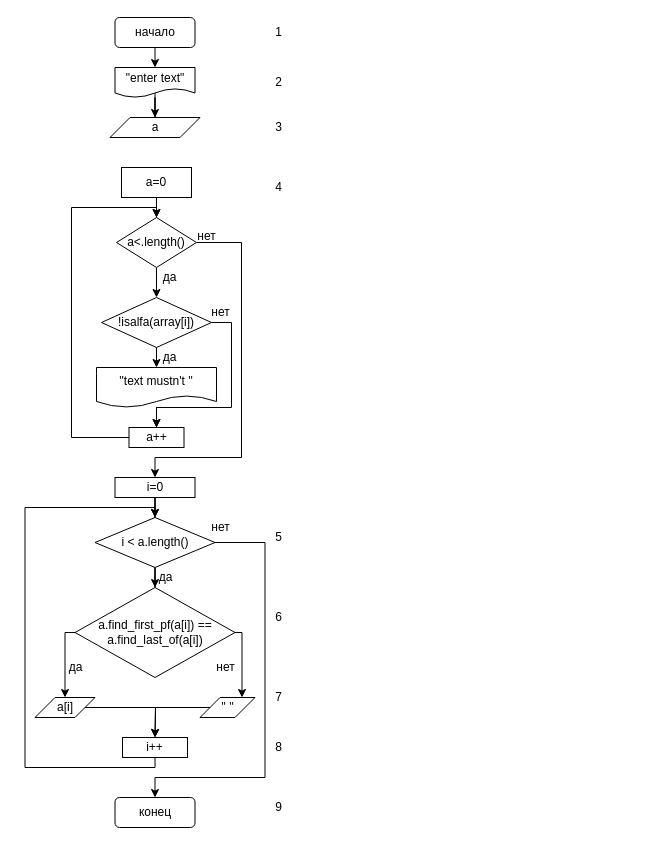
Above: 9/9.2(10).drawio in klep1koff/lifeishard (draw.io), before the change. Source tidied: cells renumbered, new cells numbered last; positions are measured from the earlier drawing's top-left corner, leaving out a move shared by most shapes. Both pictures are drawn from the tidied source at 100%, with x=0, y=0 at pixel (24, 17).
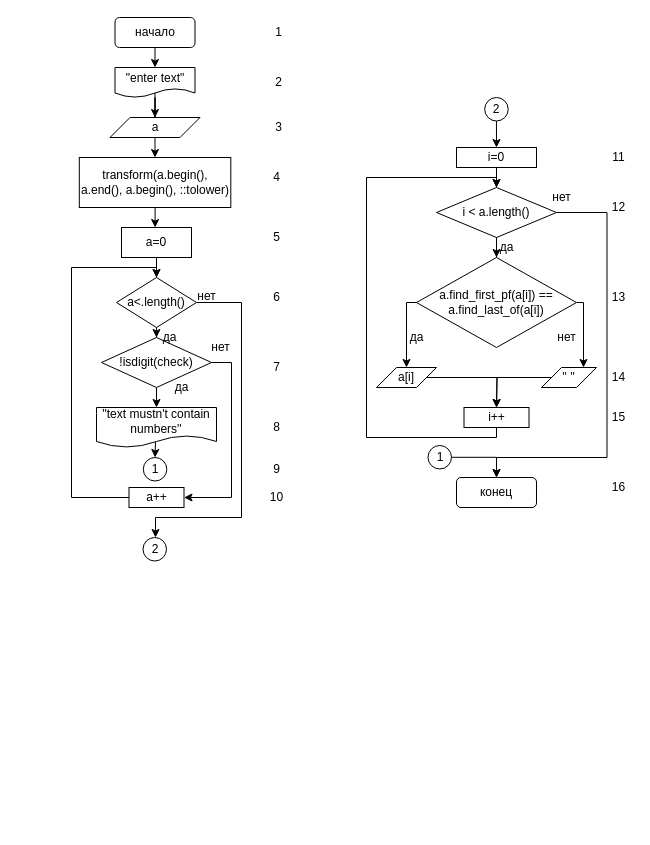
The same page after the edit.

The change refers to these unchanged cells:
```xml
<mxCell id="6" value="a" style="shape=parallelogram;perimeter=parallelogramPerimeter;whiteSpace=wrap;html=1;fixedSize=1;" parent="1" vertex="1">
  <mxGeometry x="85.5" y="100" width="90" height="20" as="geometry" />
</mxCell>
```

Change to the diagram source:
```diff
@@
+    <mxCell id="51" style="edgeStyle=orthogonalEdgeStyle;rounded=0;jettySize=auto;html=1;" parent="1" edge="1" source="6" target="54">
+      <mxGeometry relative="1" as="geometry" />
+    </mxCell>
@@
     <mxCell id="8" value="i=0" style="whiteSpace=wrap;html=1;" parent="1" vertex="1">
-      <mxGeometry x="90.5" y="460" width="80" height="20" as="geometry" />
+      <mxGeometry x="432" y="130" width="80" height="20" as="geometry" />
     </mxCell>
@@
-    <mxCell id="10" style="edgeStyle=orthogonalEdgeStyle;rounded=0;jettySize=auto;html=1;" parent="1" edge="1" source="11">
+    <mxCell id="10" style="edgeStyle=orthogonalEdgeStyle;rounded=0;jettySize=auto;html=1;entryX=0.5;entryY=0;entryDx=0;entryDy=0;" parent="1" edge="1" source="11" target="24">
       <mxGeometry relative="1" as="geometry">
-        <mxPoint x="130.5" y="780" as="targetPoint" />
         <Array as="points">
-          <mxPoint x="240.5" y="525" />
-          <mxPoint x="240.5" y="760" />
-          <mxPoint x="130.5" y="760" />
+          <mxPoint x="582.5" y="195" />
+          <mxPoint x="582.5" y="440" />
+          <mxPoint x="472.5" y="440" />
         </Array>
       </mxGeometry>
     </mxCell>
     <mxCell id="11" value="i &amp;lt; a.length()" style="rhombus;whiteSpace=wrap;html=1;" parent="1" vertex="1">
-      <mxGeometry x="70.5" y="500" width="120" height="50" as="geometry" />
+      <mxGeometry x="412" y="170" width="120" height="50" as="geometry" />
     </mxCell>
     <mxCell id="12" style="edgeStyle=orthogonalEdgeStyle;rounded=0;jettySize=auto;html=1;exitX=0;exitY=0.5;exitDx=0;exitDy=0;entryX=0.5;entryY=0;entryDx=0;entryDy=0;" parent="1" edge="1" source="14" target="16">
       <mxGeometry relative="1" as="geometry">
         <Array as="points">
-          <mxPoint x="40.5" y="615" />
+          <mxPoint x="382" y="285" />
         </Array>
       </mxGeometry>
     </mxCell>
     <mxCell id="13" style="edgeStyle=orthogonalEdgeStyle;rounded=0;jettySize=auto;html=1;" parent="1" edge="1" source="14" target="18">
       <mxGeometry relative="1" as="geometry">
         <Array as="points">
-          <mxPoint x="217.5" y="615" />
+          <mxPoint x="559" y="285" />
         </Array>
       </mxGeometry>
     </mxCell>
     <mxCell id="14" value="a.find_first_pf(a[i]) ==&lt;br&gt;a.find_last_of(a[i])" style="rhombus;whiteSpace=wrap;html=1;" parent="1" vertex="1">
-      <mxGeometry x="50.5" y="570" width="160" height="90" as="geometry" />
+      <mxGeometry x="392" y="240" width="160" height="90" as="geometry" />
     </mxCell>
     <mxCell id="15" style="edgeStyle=orthogonalEdgeStyle;rounded=0;jettySize=auto;html=1;exitX=1;exitY=0.5;exitDx=0;exitDy=0;" parent="1" edge="1" source="16">
       <mxGeometry relative="1" as="geometry">
-        <mxPoint x="130.5" y="720" as="targetPoint" />
+        <mxPoint x="472" y="390" as="targetPoint" />
       </mxGeometry>
     </mxCell>
     <mxCell id="16" value="a[i]" style="shape=parallelogram;perimeter=parallelogramPerimeter;whiteSpace=wrap;html=1;fixedSize=1;" parent="1" vertex="1">
-      <mxGeometry x="10.5" y="680" width="60" height="20" as="geometry" />
+      <mxGeometry x="352" y="350" width="60" height="20" as="geometry" />
     </mxCell>
     <mxCell id="17" style="edgeStyle=orthogonalEdgeStyle;rounded=0;jettySize=auto;html=1;exitX=0;exitY=0.5;exitDx=0;exitDy=0;" parent="1" edge="1" source="18">
       <mxGeometry relative="1" as="geometry">
-        <mxPoint x="130.5" y="720" as="targetPoint" />
+        <mxPoint x="472" y="390" as="targetPoint" />
       </mxGeometry>
     </mxCell>
     <mxCell id="18" value="'' ''" style="shape=parallelogram;perimeter=parallelogramPerimeter;whiteSpace=wrap;html=1;fixedSize=1;" parent="1" vertex="1">
-      <mxGeometry x="175.5" y="680" width="55" height="20" as="geometry" />
+      <mxGeometry x="517" y="350" width="55" height="20" as="geometry" />
     </mxCell>
     <mxCell id="19" style="edgeStyle=orthogonalEdgeStyle;rounded=0;jettySize=auto;html=1;" parent="1" edge="1" source="20">
       <mxGeometry relative="1" as="geometry">
-        <mxPoint x="130.5" y="500" as="targetPoint" />
+        <mxPoint x="472" y="170" as="targetPoint" />
         <Array as="points">
-          <mxPoint x="130.5" y="750" />
-          <mxPoint x="0.5" y="750" />
-          <mxPoint x="0.5" y="490" />
-          <mxPoint x="130.5" y="490" />
+          <mxPoint x="472" y="420" />
+          <mxPoint x="342" y="420" />
+          <mxPoint x="342" y="160" />
+          <mxPoint x="472" y="160" />
         </Array>
       </mxGeometry>
     </mxCell>
     <mxCell id="20" value="i++" style="rounded=0;whiteSpace=wrap;html=1;" parent="1" vertex="1">
-      <mxGeometry x="98" y="720" width="65" height="20" as="geometry" />
+      <mxGeometry x="439.5" y="390" width="65" height="20" as="geometry" />
     </mxCell>
     <mxCell id="21" value="да" style="text;html=1;align=center;verticalAlign=middle;strokeColor=none;fillColor=none;" parent="1" vertex="1">
-      <mxGeometry x="125.5" y="550" width="30" height="20" as="geometry" />
+      <mxGeometry x="467" y="220" width="30" height="20" as="geometry" />
     </mxCell>
     <mxCell id="22" value="да" style="text;html=1;align=center;verticalAlign=middle;strokeColor=none;fillColor=none;" parent="1" vertex="1">
-      <mxGeometry x="35.5" y="640" width="30" height="20" as="geometry" />
+      <mxGeometry x="377" y="310" width="30" height="20" as="geometry" />
     </mxCell>
     <mxCell id="23" value="нет" style="text;html=1;align=center;verticalAlign=middle;strokeColor=none;fillColor=none;" parent="1" vertex="1">
-      <mxGeometry x="185.5" y="640" width="30" height="20" as="geometry" />
+      <mxGeometry x="527" y="310" width="30" height="20" as="geometry" />
     </mxCell>
     <mxCell id="24" value="конец" style="rounded=1;whiteSpace=wrap;html=1;" parent="1" vertex="1">
-      <mxGeometry x="90.5" y="780" width="80" height="30" as="geometry" />
+      <mxGeometry x="432" y="460" width="80" height="30" as="geometry" />
     </mxCell>
@@
-    <mxCell id="28" value="4" style="text;html=1;align=center;verticalAlign=middle;strokeColor=none;fillColor=none;" parent="1" vertex="1">
-      <mxGeometry x="243.5" y="160" width="20" height="20" as="geometry" />
-    </mxCell>
-    <mxCell id="29" value="5" style="text;html=1;align=center;verticalAlign=middle;strokeColor=none;fillColor=none;" parent="1" vertex="1">
-      <mxGeometry x="243.5" y="510" width="20" height="20" as="geometry" />
-    </mxCell>
-    <mxCell id="30" value="6" style="text;html=1;align=center;verticalAlign=middle;strokeColor=none;fillColor=none;" parent="1" vertex="1">
-      <mxGeometry x="243.5" y="590" width="20" height="20" as="geometry" />
-    </mxCell>
-    <mxCell id="31" value="7" style="text;html=1;align=center;verticalAlign=middle;strokeColor=none;fillColor=none;" parent="1" vertex="1">
-      <mxGeometry x="243.5" y="670" width="20" height="20" as="geometry" />
-    </mxCell>
-    <mxCell id="32" value="8" style="text;html=1;align=center;verticalAlign=middle;strokeColor=none;fillColor=none;" parent="1" vertex="1">
-      <mxGeometry x="243.5" y="720" width="20" height="20" as="geometry" />
-    </mxCell>
-    <mxCell id="33" value="9" style="text;html=1;align=center;verticalAlign=middle;strokeColor=none;fillColor=none;" parent="1" vertex="1">
-      <mxGeometry x="243.5" y="780" width="20" height="20" as="geometry" />
-    </mxCell>
     <mxCell id="34" value="нет" style="text;html=1;align=center;verticalAlign=middle;strokeColor=none;fillColor=none;" parent="1" vertex="1">
-      <mxGeometry x="180.5" y="500" width="30" height="20" as="geometry" />
+      <mxGeometry x="522" y="170" width="30" height="20" as="geometry" />
     </mxCell>
@@
     <mxCell id="36" value="a=0" style="rounded=0;whiteSpace=wrap;html=1;" parent="1" vertex="1">
-      <mxGeometry x="97" y="150" width="70" height="30" as="geometry" />
+      <mxGeometry x="97" y="210" width="70" height="30" as="geometry" />
     </mxCell>
@@
-    <mxCell id="38" style="edgeStyle=orthogonalEdgeStyle;rounded=0;jettySize=auto;html=1;entryX=0.5;entryY=0;entryDx=0;entryDy=0;" parent="1" edge="1" source="39" target="8">
+    <mxCell id="38" style="edgeStyle=orthogonalEdgeStyle;rounded=0;jettySize=auto;html=1;" parent="1" edge="1" source="39">
       <mxGeometry relative="1" as="geometry">
+        <mxPoint x="131" y="520" as="targetPoint" />
         <Array as="points">
-          <mxPoint x="217" y="225" />
-          <mxPoint x="217" y="440" />
-          <mxPoint x="131" y="440" />
-          <mxPoint x="131" y="460" />
+          <mxPoint x="217" y="285" />
+          <mxPoint x="217" y="500" />
+          <mxPoint x="131" y="500" />
+          <mxPoint x="131" y="520" />
         </Array>
       </mxGeometry>
     </mxCell>
     <mxCell id="39" value="a&amp;lt;.length()" style="rhombus;whiteSpace=wrap;html=1;rounded=0;" parent="1" vertex="1">
-      <mxGeometry x="92" y="200" width="80" height="50" as="geometry" />
+      <mxGeometry x="92" y="260" width="80" height="50" as="geometry" />
     </mxCell>
     <mxCell id="40" style="edgeStyle=orthogonalEdgeStyle;rounded=0;jettySize=auto;html=1;" parent="1" edge="1" source="42">
       <mxGeometry relative="1" as="geometry">
-        <mxPoint x="132" y="350" as="targetPoint" />
+        <mxPoint x="132" y="390" as="targetPoint" />
       </mxGeometry>
     </mxCell>
-    <mxCell id="41" style="edgeStyle=orthogonalEdgeStyle;rounded=0;jettySize=auto;html=1;exitX=1;exitY=0.5;exitDx=0;exitDy=0;" parent="1" edge="1" source="42" target="46">
+    <mxCell id="41" style="edgeStyle=orthogonalEdgeStyle;rounded=0;jettySize=auto;html=1;exitX=1;exitY=0.5;exitDx=0;exitDy=0;entryX=1;entryY=0.5;entryDx=0;entryDy=0;" parent="1" edge="1" source="42" target="46">
       <mxGeometry relative="1" as="geometry">
         <Array as="points">
-          <mxPoint x="207" y="305" />
-          <mxPoint x="207" y="390" />
-          <mxPoint x="132" y="390" />
+          <mxPoint x="207" y="345" />
+          <mxPoint x="207" y="480" />
         </Array>
       </mxGeometry>
     </mxCell>
-    <mxCell id="42" value="!isalfa(array[i])" style="rhombus;whiteSpace=wrap;html=1;rounded=0;" parent="1" vertex="1">
-      <mxGeometry x="77" y="280" width="110" height="50" as="geometry" />
+    <mxCell id="42" value="!isdigit(check)" style="rhombus;whiteSpace=wrap;html=1;rounded=0;" parent="1" vertex="1">
+      <mxGeometry x="77" y="320" width="110" height="50" as="geometry" />
     </mxCell>
-    <mxCell id="43" style="edgeStyle=orthogonalEdgeStyle;rounded=0;jettySize=auto;html=1;" parent="1" edge="1" source="44" target="46">
-      <mxGeometry relative="1" as="geometry" />
-    </mxCell>
+    <mxCell id="52" style="edgeStyle=orthogonalEdgeStyle;rounded=0;jettySize=auto;html=1;exitX=0.492;exitY=0.819;exitDx=0;exitDy=0;exitPerimeter=0;entryX=0.5;entryY=0;entryDx=0;entryDy=0;" parent="1" edge="1" source="44" target="55">
+      <mxGeometry relative="1" as="geometry" />
+    </mxCell>
-    <mxCell id="44" value="''text mustn't ''" style="shape=document;whiteSpace=wrap;html=1;boundedLbl=1;" parent="1" vertex="1">
-      <mxGeometry x="72" y="350" width="120" height="40" as="geometry" />
+    <mxCell id="44" value="''text mustn't contain numbers''" style="shape=document;whiteSpace=wrap;html=1;boundedLbl=1;" parent="1" vertex="1">
+      <mxGeometry x="72" y="390" width="120" height="40" as="geometry" />
     </mxCell>
     <mxCell id="45" style="edgeStyle=orthogonalEdgeStyle;rounded=0;jettySize=auto;html=1;entryX=0.5;entryY=0;entryDx=0;entryDy=0;" parent="1" edge="1" source="46" target="39">
       <mxGeometry relative="1" as="geometry">
         <Array as="points">
-          <mxPoint x="47" y="420" />
-          <mxPoint x="47" y="190" />
-          <mxPoint x="132" y="190" />
+          <mxPoint x="47" y="480" />
+          <mxPoint x="47" y="250" />
+          <mxPoint x="132" y="250" />
         </Array>
       </mxGeometry>
     </mxCell>
     <mxCell id="46" value="a++" style="whiteSpace=wrap;html=1;" parent="1" vertex="1">
-      <mxGeometry x="104.5" y="410" width="55" height="20" as="geometry" />
+      <mxGeometry x="104.5" y="470" width="55" height="20" as="geometry" />
     </mxCell>
     <mxCell id="47" value="да" style="text;html=1;align=center;verticalAlign=middle;strokeColor=none;fillColor=none;" parent="1" vertex="1">
-      <mxGeometry x="129.5" y="330" width="30" height="20" as="geometry" />
+      <mxGeometry x="142" y="360" width="30" height="20" as="geometry" />
     </mxCell>
     <mxCell id="48" value="да" style="text;html=1;align=center;verticalAlign=middle;strokeColor=none;fillColor=none;" parent="1" vertex="1">
-      <mxGeometry x="129.5" y="250" width="30" height="20" as="geometry" />
+      <mxGeometry x="129.5" y="310" width="30" height="20" as="geometry" />
     </mxCell>
     <mxCell id="49" value="нет" style="text;html=1;align=center;verticalAlign=middle;strokeColor=none;fillColor=none;" parent="1" vertex="1">
-      <mxGeometry x="181" y="285" width="30" height="20" as="geometry" />
+      <mxGeometry x="180.5" y="320" width="30" height="20" as="geometry" />
     </mxCell>
     <mxCell id="50" value="нет" style="text;html=1;align=center;verticalAlign=middle;strokeColor=none;fillColor=none;" parent="1" vertex="1">
-      <mxGeometry x="167" y="209" width="30" height="20" as="geometry" />
+      <mxGeometry x="167" y="269" width="30" height="20" as="geometry" />
     </mxCell>
+    <mxCell id="53" style="edgeStyle=orthogonalEdgeStyle;rounded=0;jettySize=auto;html=1;" parent="1" edge="1" source="54">
+      <mxGeometry relative="1" as="geometry">
+        <mxPoint x="131" y="210" as="targetPoint" />
+      </mxGeometry>
+    </mxCell>
+    <mxCell id="54" value="transform(a.begin(), a.end(), a.begin(), ::tolower)" style="whiteSpace=wrap;html=1;" parent="1" vertex="1">
+      <mxGeometry x="54.8" y="140" width="151.5" height="50" as="geometry" />
+    </mxCell>
+    <mxCell id="28" value="4" style="text;html=1;align=center;verticalAlign=middle;strokeColor=none;fillColor=none;" parent="1" vertex="1">
+      <mxGeometry x="242" y="150" width="20" height="20" as="geometry" />
+    </mxCell>
+    <mxCell id="29" value="5" style="text;html=1;align=center;verticalAlign=middle;strokeColor=none;fillColor=none;" parent="1" vertex="1">
+      <mxGeometry x="242" y="210" width="20" height="20" as="geometry" />
+    </mxCell>
+    <mxCell id="30" value="6" style="text;html=1;align=center;verticalAlign=middle;strokeColor=none;fillColor=none;" parent="1" vertex="1">
+      <mxGeometry x="242" y="270" width="20" height="20" as="geometry" />
+    </mxCell>
+    <mxCell id="31" value="7" style="text;html=1;align=center;verticalAlign=middle;strokeColor=none;fillColor=none;" parent="1" vertex="1">
+      <mxGeometry x="242" y="340" width="20" height="20" as="geometry" />
+    </mxCell>
+    <mxCell id="32" value="8" style="text;html=1;align=center;verticalAlign=middle;strokeColor=none;fillColor=none;" parent="1" vertex="1">
+      <mxGeometry x="242" y="400" width="20" height="20" as="geometry" />
+    </mxCell>
+    <mxCell id="55" value="1" style="ellipse;whiteSpace=wrap;html=1;" parent="1" vertex="1">
+      <mxGeometry x="118.8" y="440" width="23.5" height="23.5" as="geometry" />
+    </mxCell>
+    <mxCell id="56" style="edgeStyle=orthogonalEdgeStyle;rounded=0;jettySize=auto;html=1;entryX=0.5;entryY=0;entryDx=0;entryDy=0;" parent="1" edge="1" source="57" target="24">
+      <mxGeometry relative="1" as="geometry">
+        <Array as="points">
+          <mxPoint x="472.5" y="440" />
+        </Array>
+      </mxGeometry>
+    </mxCell>
+    <mxCell id="57" value="1" style="ellipse;whiteSpace=wrap;html=1;" parent="1" vertex="1">
+      <mxGeometry x="403.5" y="428" width="23.5" height="23.5" as="geometry" />
+    </mxCell>
+    <mxCell id="33" value="9" style="text;html=1;align=center;verticalAlign=middle;strokeColor=none;fillColor=none;" parent="1" vertex="1">
+      <mxGeometry x="242" y="441.8" width="20" height="20" as="geometry" />
+    </mxCell>
+    <mxCell id="58" value="10" style="text;html=1;align=center;verticalAlign=middle;strokeColor=none;fillColor=none;" parent="1" vertex="1">
+      <mxGeometry x="237" y="470" width="30" height="20" as="geometry" />
+    </mxCell>
+    <mxCell id="59" value="11" style="text;html=1;align=center;verticalAlign=middle;strokeColor=none;fillColor=none;" parent="1" vertex="1">
+      <mxGeometry x="578.5" y="130" width="30" height="20" as="geometry" />
+    </mxCell>
+    <mxCell id="60" value="12" style="text;html=1;align=center;verticalAlign=middle;strokeColor=none;fillColor=none;" parent="1" vertex="1">
+      <mxGeometry x="578.5" y="180" width="30" height="20" as="geometry" />
+    </mxCell>
+    <mxCell id="61" value="13" style="text;html=1;align=center;verticalAlign=middle;strokeColor=none;fillColor=none;" parent="1" vertex="1">
+      <mxGeometry x="578.5" y="270" width="30" height="20" as="geometry" />
+    </mxCell>
+    <mxCell id="62" value="14" style="text;html=1;align=center;verticalAlign=middle;strokeColor=none;fillColor=none;" parent="1" vertex="1">
+      <mxGeometry x="578.5" y="350" width="30" height="20" as="geometry" />
+    </mxCell>
+    <mxCell id="63" value="15" style="text;html=1;align=center;verticalAlign=middle;strokeColor=none;fillColor=none;" parent="1" vertex="1">
+      <mxGeometry x="578.5" y="390" width="30" height="20" as="geometry" />
+    </mxCell>
+    <mxCell id="64" value="16" style="text;html=1;align=center;verticalAlign=middle;strokeColor=none;fillColor=none;" parent="1" vertex="1">
+      <mxGeometry x="578.5" y="460" width="30" height="20" as="geometry" />
+    </mxCell>
+    <mxCell id="65" value="2" style="ellipse;whiteSpace=wrap;html=1;" parent="1" vertex="1">
+      <mxGeometry x="118.5" y="520" width="23.5" height="23.5" as="geometry" />
+    </mxCell>
+    <mxCell id="66" value="2" style="ellipse;whiteSpace=wrap;html=1;" parent="1" vertex="1">
+      <mxGeometry x="460.2" y="80" width="23.5" height="23.5" as="geometry" />
+    </mxCell>
+    <mxCell id="67" style="endArrow=classic;html=1;rounded=0;exitX=0.5;exitY=1;exitDx=0;exitDy=0;entryX=0.5;entryY=0;entryDx=0;entryDy=0;" parent="1" edge="1" source="66" target="8">
+      <mxGeometry relative="1" as="geometry" />
+    </mxCell>
```
